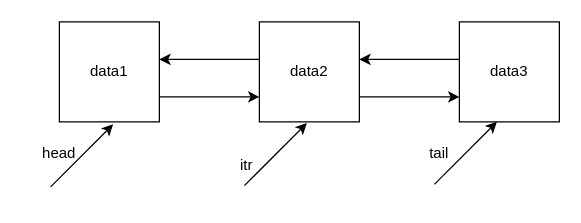
This is app/Untitled Diagram.drawio from sreeragh-ar/Angular2torial, a draw.io file, before an edit. Source tidied: cells renumbered, new cells numbered last; positions are measured from the earlier drawing's top-left corner, leaving out a move shared by most shapes. Both pictures are drawn from the tidied source at 125%, with x=0, y=0 at pixel (21, 21).
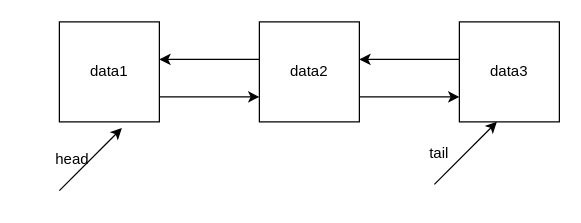
After the change.

Change to the diagram source:
```diff
@@
-    <mxCell id="10" style="endArrow=classic;html=1;rounded=0;" parent="1" edge="1">
-      <mxGeometry relative="1" as="geometry">
-        <mxPoint x="23" y="132" as="sourcePoint" />
-        <mxPoint x="73" y="82" as="targetPoint" />
-      </mxGeometry>
-    </mxCell>
@@
+    <mxCell id="15" style="endArrow=classic;html=1;rounded=0;" parent="1" edge="1">
+      <mxGeometry relative="1" as="geometry">
+        <mxPoint x="30" y="135" as="sourcePoint" />
+        <mxPoint x="80" y="85" as="targetPoint" />
+      </mxGeometry>
+    </mxCell>
-    <mxCell id="12" value="head" style="text;html=1;strokeColor=none;fillColor=none;align=center;verticalAlign=middle;whiteSpace=wrap;rounded=0;" parent="1" vertex="1">
-      <mxGeometry y="90" width="60" height="30" as="geometry" />
+    <mxCell id="12" value="head" style="text;html=1;align=center;verticalAlign=middle;strokeColor=none;fillColor=none;" parent="1" vertex="1">
+      <mxGeometry x="20" y="100" width="40" height="20" as="geometry" />
     </mxCell>
-    <mxCell id="13" style="endArrow=classic;html=1;rounded=0;" parent="1" edge="1">
-      <mxGeometry relative="1" as="geometry">
-        <mxPoint x="178" y="131" as="sourcePoint" />
-        <mxPoint x="228" y="81" as="targetPoint" />
-      </mxGeometry>
-    </mxCell>
-    <mxCell id="14" value="itr" style="text;html=1;strokeColor=none;fillColor=none;align=center;verticalAlign=middle;whiteSpace=wrap;rounded=0;" parent="1" vertex="1">
-      <mxGeometry x="150" y="100" width="60" height="30" as="geometry" />
-    </mxCell>
```
